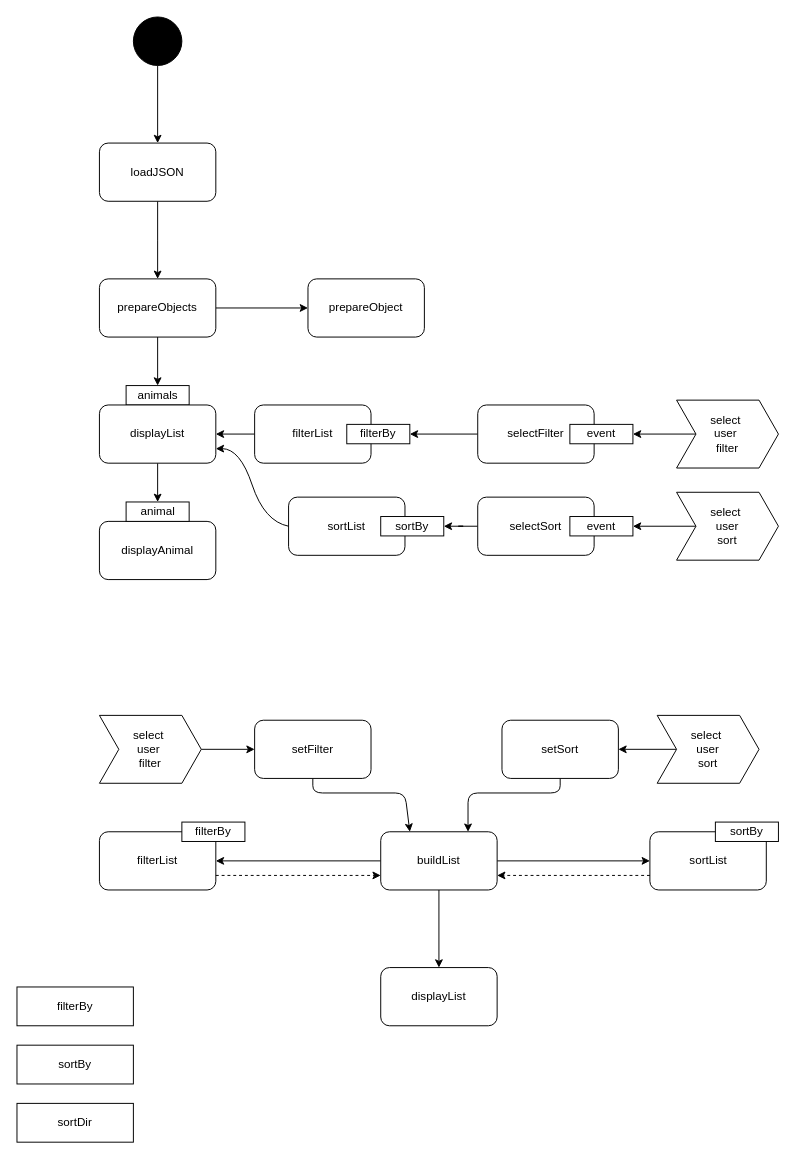
TheFred94/exercises keeps this draw.io diagram as animalbase_filtering/filter_and_sorting.drawio. Above is the earlier version. Source tidied: cells renumbered, new cells numbered last; positions are measured from the earlier drawing's top-left corner, leaving out a move shared by most shapes. Both pictures are drawn from the tidied source at 97%, with x=0, y=0 at pixel (16, 16).
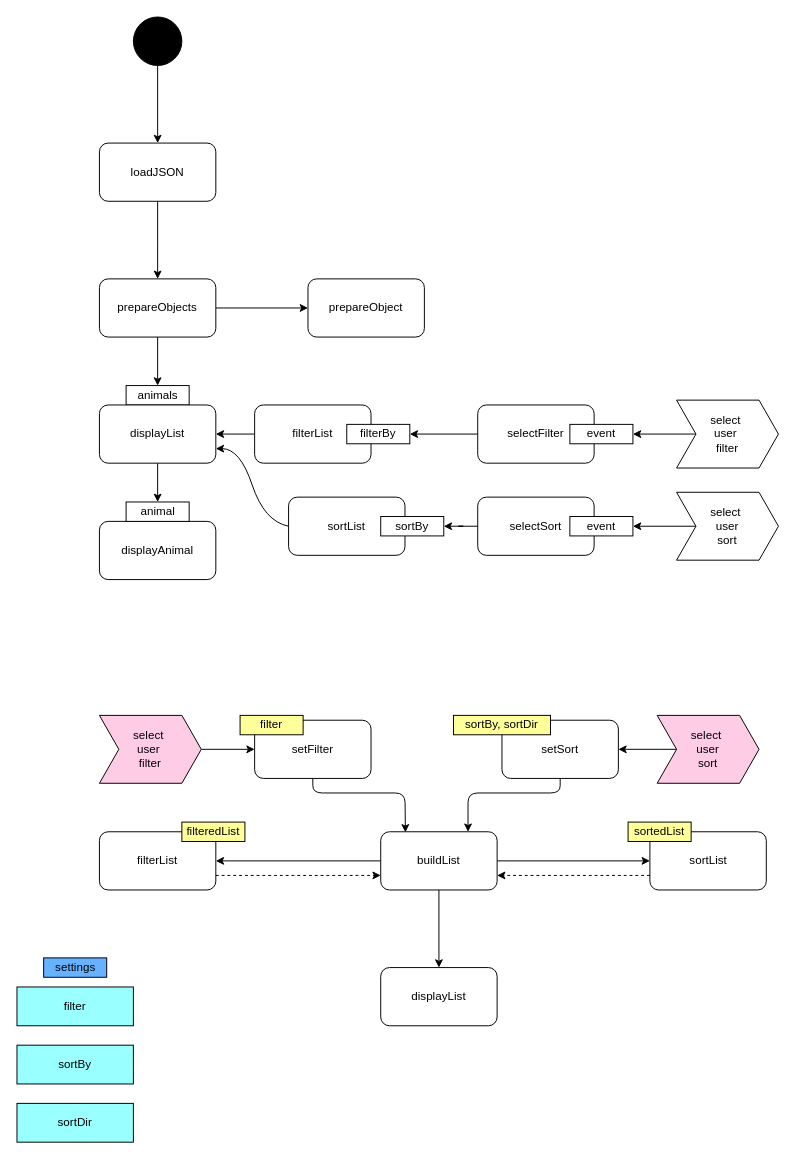
The same diagram, later.

Commit message (it also covers changes not shown here):
further commenting and updated diagram

The change refers to these unchanged cells:
```xml
<mxCell id="36" value="setFilter" style="rounded=1;whiteSpace=wrap;html=1;fillColor=#FFFFFF;" parent="1" vertex="1">
  <mxGeometry x="245" y="725" width="120" height="60" as="geometry" />
</mxCell>
<mxCell id="42" value="buildList" style="rounded=1;whiteSpace=wrap;html=1;fillColor=#FFFFFF;" parent="1" vertex="1">
  <mxGeometry x="375" y="840" width="120" height="60" as="geometry" />
</mxCell>
```

The edit, as a diff of the source:
```diff
@@
-    <mxCell id="32" value="select&amp;nbsp;&lt;br&gt;user&amp;nbsp;&lt;br&gt;filter&lt;br&gt;" style="shape=step;perimeter=stepPerimeter;whiteSpace=wrap;html=1;fixedSize=1;fillColor=#FFFFFF;" parent="1" vertex="1">
+    <mxCell id="32" value="select&amp;nbsp;&lt;br&gt;user&amp;nbsp;&lt;br&gt;filter&lt;br&gt;" style="shape=step;perimeter=stepPerimeter;whiteSpace=wrap;html=1;fixedSize=1;fillColor=#FFCCE6;" parent="1" vertex="1">
       <mxGeometry x="85" y="720" width="105" height="70" as="geometry" />
     </mxCell>
@@
-    <mxCell id="34" value="select&amp;nbsp;&lt;br&gt;user&lt;br&gt;sort&lt;br&gt;" style="shape=step;perimeter=stepPerimeter;whiteSpace=wrap;html=1;fixedSize=1;fillColor=#FFFFFF;" parent="1" vertex="1">
+    <mxCell id="34" value="select&amp;nbsp;&lt;br&gt;user&lt;br&gt;sort&lt;br&gt;" style="shape=step;perimeter=stepPerimeter;whiteSpace=wrap;html=1;fixedSize=1;fillColor=#FFCCE6;" parent="1" vertex="1">
       <mxGeometry x="660" y="720" width="105" height="70" as="geometry" />
     </mxCell>
-    <mxCell id="35" style="edgeStyle=none;html=1;entryX=0.25;entryY=0;entryDx=0;entryDy=0;" parent="1" edge="1" source="36" target="42">
+    <mxCell id="35" style="edgeStyle=none;html=1;entryX=0.212;entryY=0.01;entryDx=0;entryDy=0;entryPerimeter=0;" parent="1" edge="1" source="36" target="42">
       <mxGeometry relative="1" as="geometry">
         <Array as="points">
           <mxPoint x="305" y="800" />
           <mxPoint x="400" y="800" />
         </Array>
       </mxGeometry>
     </mxCell>
@@
-    <mxCell id="44" value="filterBy" style="rounded=0;whiteSpace=wrap;html=1;fillColor=#FFFFFF;" parent="1" vertex="1">
+    <mxCell id="44" value="filteredList" style="rounded=0;whiteSpace=wrap;html=1;fillColor=#FFFF99;" parent="1" vertex="1">
       <mxGeometry x="170" y="830" width="65" height="20" as="geometry" />
     </mxCell>
@@
-    <mxCell id="46" value="sortBy" style="rounded=0;whiteSpace=wrap;html=1;fillColor=#FFFFFF;" parent="1" vertex="1">
-      <mxGeometry x="720" y="830" width="65" height="20" as="geometry" />
-    </mxCell>
@@
-    <mxCell id="50" value="filterBy" style="rounded=0;whiteSpace=wrap;html=1;" parent="1" vertex="1">
+    <mxCell id="50" value="filter" style="rounded=0;whiteSpace=wrap;html=1;fillColor=#99FFFF;" parent="1" vertex="1">
       <mxGeometry y="1000" width="120" height="40" as="geometry" />
     </mxCell>
-    <mxCell id="51" value="sortBy" style="rounded=0;whiteSpace=wrap;html=1;" parent="1" vertex="1">
+    <mxCell id="51" value="sortBy" style="rounded=0;whiteSpace=wrap;html=1;fillColor=#99FFFF;" parent="1" vertex="1">
       <mxGeometry y="1060" width="120" height="40" as="geometry" />
     </mxCell>
-    <mxCell id="52" value="sortDir" style="rounded=0;whiteSpace=wrap;html=1;" parent="1" vertex="1">
+    <mxCell id="52" value="sortDir" style="rounded=0;whiteSpace=wrap;html=1;fillColor=#99FFFF;" parent="1" vertex="1">
       <mxGeometry y="1120" width="120" height="40" as="geometry" />
     </mxCell>
+    <mxCell id="53" value="filter" style="rounded=0;whiteSpace=wrap;html=1;fillColor=#FFFF99;" parent="1" vertex="1">
+      <mxGeometry x="230" y="720" width="65" height="20" as="geometry" />
+    </mxCell>
+    <mxCell id="54" value="sortedList" style="rounded=0;whiteSpace=wrap;html=1;fillColor=#FFFF99;" parent="1" vertex="1">
+      <mxGeometry x="630" y="830" width="65" height="20" as="geometry" />
+    </mxCell>
+    <mxCell id="55" value="settings" style="rounded=0;whiteSpace=wrap;html=1;fillColor=#66B2FF;" parent="1" vertex="1">
+      <mxGeometry x="27.5" y="970" width="65" height="20" as="geometry" />
+    </mxCell>
+    <mxCell id="56" value="sortBy, sortDir" style="rounded=0;whiteSpace=wrap;html=1;fillColor=#FFFF99;" parent="1" vertex="1">
+      <mxGeometry x="450" y="720" width="100" height="20" as="geometry" />
+    </mxCell>
```
